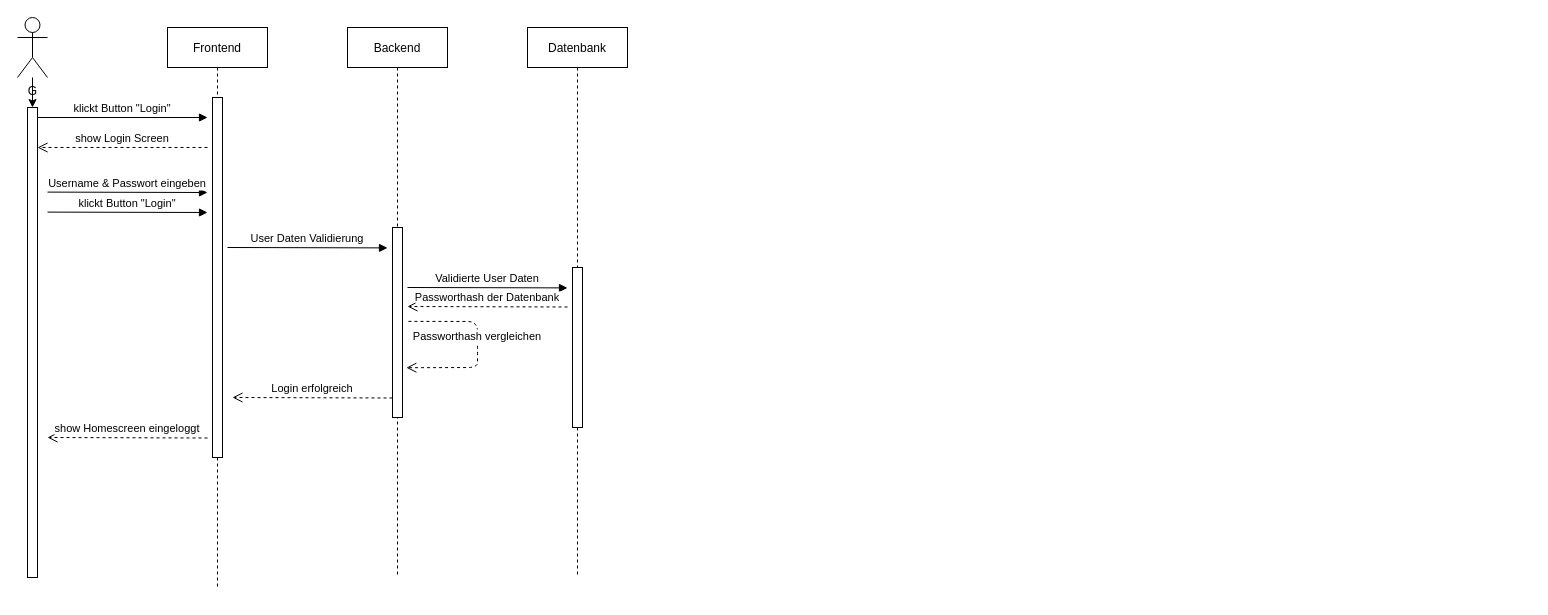
The draw.io diagram SequenceDiagramm.drawio in andrinnn6789/FootballAdministrationsApp, before the edit. Source tidied: cells renumbered, new cells numbered last; positions are measured from the earlier drawing's top-left corner, leaving out a move shared by most shapes. Both pictures are drawn from the tidied source at 100%, with x=0, y=0 at pixel (17, 17).
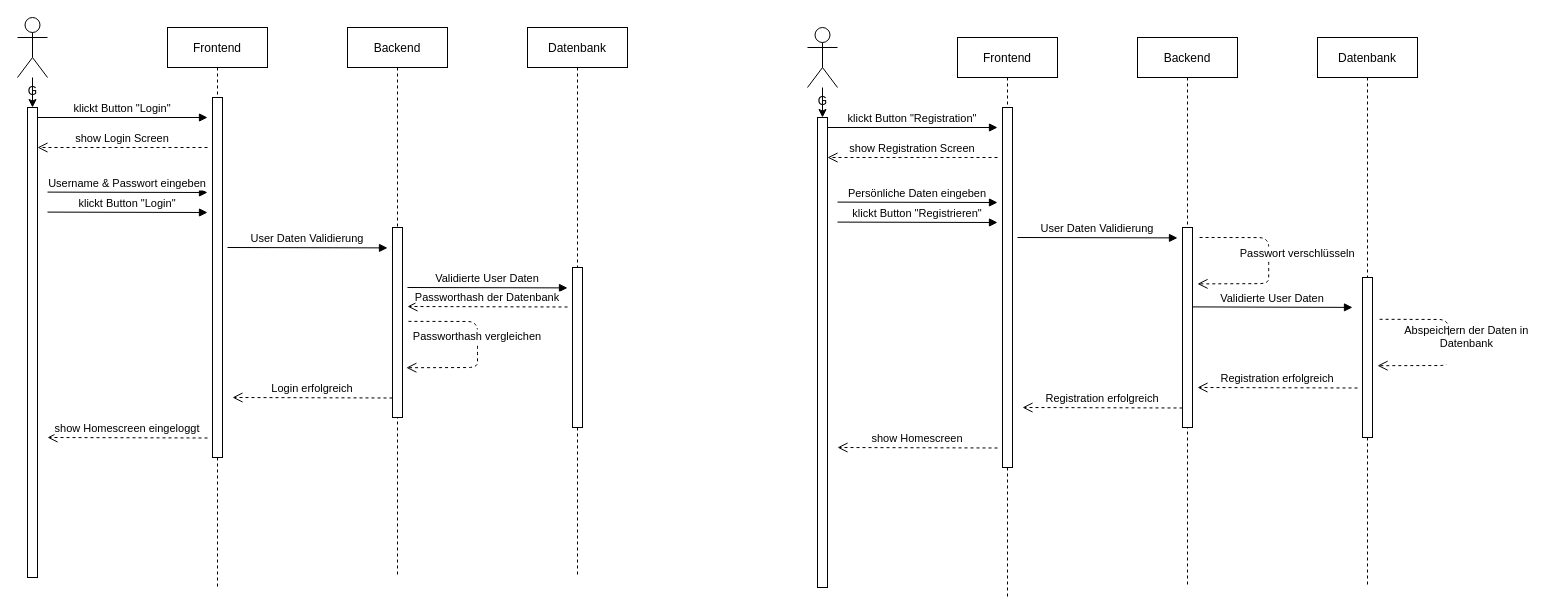
Above is the later version.

Change to the diagram source:
```diff
@@
+    <mxCell id="21" value="Frontend" style="shape=umlLifeline;perimeter=lifelinePerimeter;rounded=0;shadow=0;strokeWidth=1;" parent="1" vertex="1">
+      <mxGeometry x="940" y="20" width="100" height="560" as="geometry" />
+    </mxCell>
+    <mxCell id="22" style="perimeter=orthogonalPerimeter;rounded=0;shadow=0;strokeWidth=1;" parent="21" vertex="1">
+      <mxGeometry x="45" y="70" width="10" height="360" as="geometry" />
+    </mxCell>
+    <mxCell id="23" value="Registration erfolgreich" style="verticalAlign=bottom;endArrow=open;dashed=1;endSize=8;exitX=0;exitY=0.95;shadow=0;strokeWidth=1;" parent="21" edge="1">
+      <mxGeometry relative="1" as="geometry">
+        <mxPoint x="225" y="370.5" as="sourcePoint" />
+        <mxPoint x="65" y="370" as="targetPoint" />
+      </mxGeometry>
+    </mxCell>
+    <mxCell id="24" value="Backend" style="shape=umlLifeline;perimeter=lifelinePerimeter;rounded=0;shadow=0;strokeWidth=1;" parent="1" vertex="1">
+      <mxGeometry x="1120" y="20" width="100" height="550" as="geometry" />
+    </mxCell>
+    <mxCell id="25" style="perimeter=orthogonalPerimeter;rounded=0;shadow=0;strokeWidth=1;" parent="24" vertex="1">
+      <mxGeometry x="45" y="190" width="10" height="200" as="geometry" />
+    </mxCell>
+    <mxCell id="26" value="Datenbank" style="shape=umlLifeline;perimeter=lifelinePerimeter;rounded=0;shadow=0;strokeWidth=1;" parent="1" vertex="1">
+      <mxGeometry x="1300" y="20" width="100" height="550" as="geometry" />
+    </mxCell>
+    <mxCell id="27" style="perimeter=orthogonalPerimeter;rounded=0;shadow=0;strokeWidth=1;" parent="26" vertex="1">
+      <mxGeometry x="45" y="240" width="10" height="160" as="geometry" />
+    </mxCell>
+    <mxCell id="28" value="Validierte User Daten" style="verticalAlign=bottom;endArrow=block;shadow=0;strokeWidth=1;" parent="26" edge="1">
+      <mxGeometry relative="1" as="geometry">
+        <mxPoint x="-125" y="269.4" as="sourcePoint" />
+        <mxPoint x="35" y="269.9" as="targetPoint" />
+      </mxGeometry>
+    </mxCell>
+    <mxCell id="29" style="points=[];perimeter=orthogonalPerimeter;rounded=0;shadow=0;strokeWidth=1;" parent="1" vertex="1">
+      <mxGeometry x="800" y="100" width="10" height="470" as="geometry" />
+    </mxCell>
+    <mxCell id="30" style="edgeStyle=orthogonalEdgeStyle;rounded=0;jettySize=auto;html=1;" parent="1" edge="1" source="31" target="29">
+      <mxGeometry relative="1" as="geometry" />
+    </mxCell>
+    <mxCell id="31" value="G" style="shape=umlActor;verticalLabelPosition=bottom;verticalAlign=top;html=1;outlineConnect=0;" parent="1" vertex="1">
+      <mxGeometry x="790" y="10" width="30" height="60" as="geometry" />
+    </mxCell>
+    <mxCell id="32" value="show Registration Screen" style="verticalAlign=bottom;endArrow=open;dashed=1;endSize=8;exitX=0;exitY=0.95;shadow=0;strokeWidth=1;" parent="1" edge="1">
+      <mxGeometry relative="1" as="geometry">
+        <mxPoint x="980" y="140" as="sourcePoint" />
+        <mxPoint x="810" y="140" as="targetPoint" />
+      </mxGeometry>
+    </mxCell>
+    <mxCell id="33" value="klickt Button &quot;Registration&quot;" style="verticalAlign=bottom;endArrow=block;entryX=0;entryY=0;shadow=0;strokeWidth=1;" parent="1" edge="1">
+      <mxGeometry relative="1" as="geometry">
+        <mxPoint x="810" y="110" as="sourcePoint" />
+        <mxPoint x="980" y="110" as="targetPoint" />
+      </mxGeometry>
+    </mxCell>
+    <mxCell id="34" value="klickt Button &quot;Registrieren&quot;" style="verticalAlign=bottom;endArrow=block;shadow=0;strokeWidth=1;" parent="1" edge="1">
+      <mxGeometry relative="1" as="geometry">
+        <mxPoint x="820" y="204.6" as="sourcePoint" />
+        <mxPoint x="980" y="205" as="targetPoint" />
+      </mxGeometry>
+    </mxCell>
+    <mxCell id="35" value="Persönliche Daten eingeben" style="verticalAlign=bottom;endArrow=block;shadow=0;strokeWidth=1;" parent="1" edge="1">
+      <mxGeometry relative="1" as="geometry">
+        <mxPoint x="820" y="184.6" as="sourcePoint" />
+        <mxPoint x="980" y="185" as="targetPoint" />
+      </mxGeometry>
+    </mxCell>
+    <mxCell id="36" value="User Daten Validierung" style="verticalAlign=bottom;endArrow=block;shadow=0;strokeWidth=1;" parent="1" edge="1">
+      <mxGeometry relative="1" as="geometry">
+        <mxPoint x="1000" y="220" as="sourcePoint" />
+        <mxPoint x="1160" y="220.4" as="targetPoint" />
+      </mxGeometry>
+    </mxCell>
+    <mxCell id="37" value="Registration erfolgreich" style="verticalAlign=bottom;endArrow=open;dashed=1;endSize=8;exitX=0;exitY=0.95;shadow=0;strokeWidth=1;" parent="1" edge="1">
+      <mxGeometry relative="1" as="geometry">
+        <mxPoint x="1340" y="370.5" as="sourcePoint" />
+        <mxPoint x="1180" y="370" as="targetPoint" />
+      </mxGeometry>
+    </mxCell>
+    <mxCell id="38" value="show Homescreen" style="verticalAlign=bottom;endArrow=open;dashed=1;endSize=8;exitX=0;exitY=0.95;shadow=0;strokeWidth=1;" parent="1" edge="1">
+      <mxGeometry relative="1" as="geometry">
+        <mxPoint x="980" y="430.5" as="sourcePoint" />
+        <mxPoint x="820" y="430" as="targetPoint" />
+      </mxGeometry>
+    </mxCell>
+    <mxCell id="39" value="Abspeichern der Daten in&#10;Datenbank&#10;" style="verticalAlign=bottom;endArrow=open;dashed=1;endSize=8;exitX=1.595;exitY=0.494;shadow=0;strokeWidth=1;exitDx=0;exitDy=0;exitPerimeter=0;entryX=1.384;entryY=0.738;entryDx=0;entryDy=0;entryPerimeter=0;" parent="1" edge="1">
+      <mxGeometry x="0.24" y="19" relative="1" as="geometry">
+        <mxPoint x="1362.1" y="301.8" as="sourcePoint" />
+        <mxPoint x="1360" y="348.2" as="targetPoint" />
+        <Array as="points">
+          <mxPoint x="1431.2" y="302" />
+          <mxPoint x="1431.2" y="328" />
+          <mxPoint x="1431.2" y="348" />
+        </Array>
+        <mxPoint x="19" y="-19" as="offset" />
+      </mxGeometry>
+    </mxCell>
+    <mxCell id="40" value="Passwort verschlüsseln" style="verticalAlign=bottom;endArrow=open;dashed=1;endSize=8;exitX=1.595;exitY=0.494;shadow=0;strokeWidth=1;exitDx=0;exitDy=0;exitPerimeter=0;entryX=1.384;entryY=0.738;entryDx=0;entryDy=0;entryPerimeter=0;" parent="1" edge="1">
+      <mxGeometry x="0.02" y="29" relative="1" as="geometry">
+        <mxPoint x="1182.1" y="220" as="sourcePoint" />
+        <mxPoint x="1180" y="266.4" as="targetPoint" />
+        <Array as="points">
+          <mxPoint x="1251.2" y="220.1" />
+          <mxPoint x="1251.2" y="246.1" />
+          <mxPoint x="1251.2" y="266.1" />
+        </Array>
+        <mxPoint y="-1" as="offset" />
+      </mxGeometry>
+    </mxCell>
```
